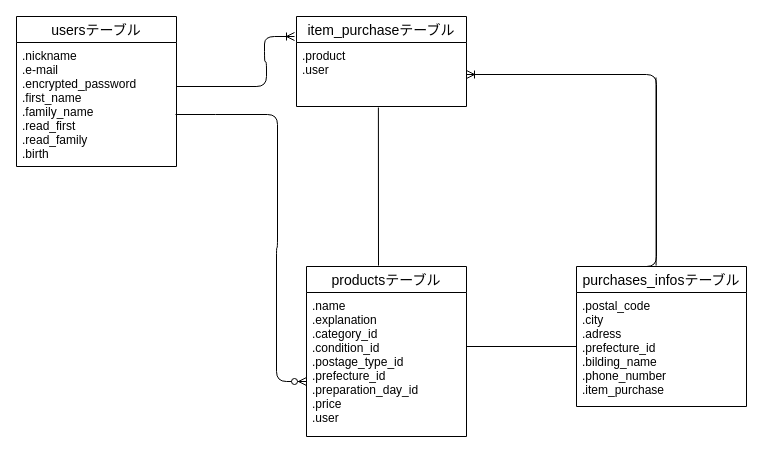
This is furima.dio from happyshop6/furima-38846, a draw.io file, before an edit. Source tidied: cells renumbered, new cells numbered last; positions are measured from the earlier drawing's top-left corner, leaving out a move shared by most shapes. Both pictures are drawn from the tidied source at 100%, with x=0, y=0 at pixel (16, 16).
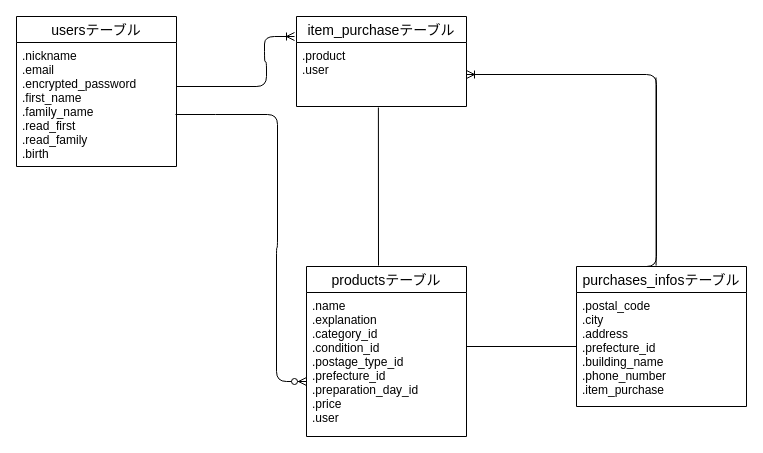
The same diagram, later.

The change refers to these unchanged cells:
```xml
<mxCell id="2" value="usersテーブル" style="swimlane;fontStyle=0;horizontal=1;startSize=26;align=center;fontSize=14;" parent="1" vertex="1">
  <mxGeometry width="160" height="150" as="geometry" />
</mxCell>
<mxCell id="8" value="purchases_infosテーブル" style="swimlane;fontStyle=0;horizontal=1;startSize=26;align=center;fontSize=14;" parent="1" vertex="1">
  <mxGeometry x="560" y="250" width="170" height="140" as="geometry" />
</mxCell>
```

What changed in the source:
```diff
@@
-    <mxCell id="3" value=".nickname&#10;.e-mail&#10;.encrypted_password&#10;.first_name&#10;.family_name&#10;.read_first&#10;.read_family&#10;.birth" style="text;strokeColor=none;fillColor=none;spacingLeft=4;spacingRight=4;overflow=hidden;fontSize=12;" parent="2" vertex="1">
+    <mxCell id="3" value=".nickname&#10;.email&#10;.encrypted_password&#10;.first_name&#10;.family_name&#10;.read_first&#10;.read_family&#10;.birth" style="text;strokeColor=none;fillColor=none;spacingLeft=4;spacingRight=4;overflow=hidden;fontSize=12;" parent="2" vertex="1">
       <mxGeometry y="26" width="160" height="124" as="geometry" />
     </mxCell>
@@
-    <mxCell id="9" value=".postal_code&#10;.city&#10;.adress&#10;.prefecture_id&#10;.bilding_name&#10;.phone_number&#10;.item_purchase&#10;" style="text;strokeColor=none;fillColor=none;spacingLeft=4;spacingRight=4;overflow=hidden;fontSize=12;" parent="8" vertex="1">
+    <mxCell id="9" value=".postal_code&#10;.city&#10;.address&#10;.prefecture_id&#10;.building_name&#10;.phone_number&#10;.item_purchase&#10;" style="text;strokeColor=none;fillColor=none;spacingLeft=4;spacingRight=4;overflow=hidden;fontSize=12;" parent="8" vertex="1">
       <mxGeometry y="26" width="170" height="114" as="geometry" />
     </mxCell>
```
